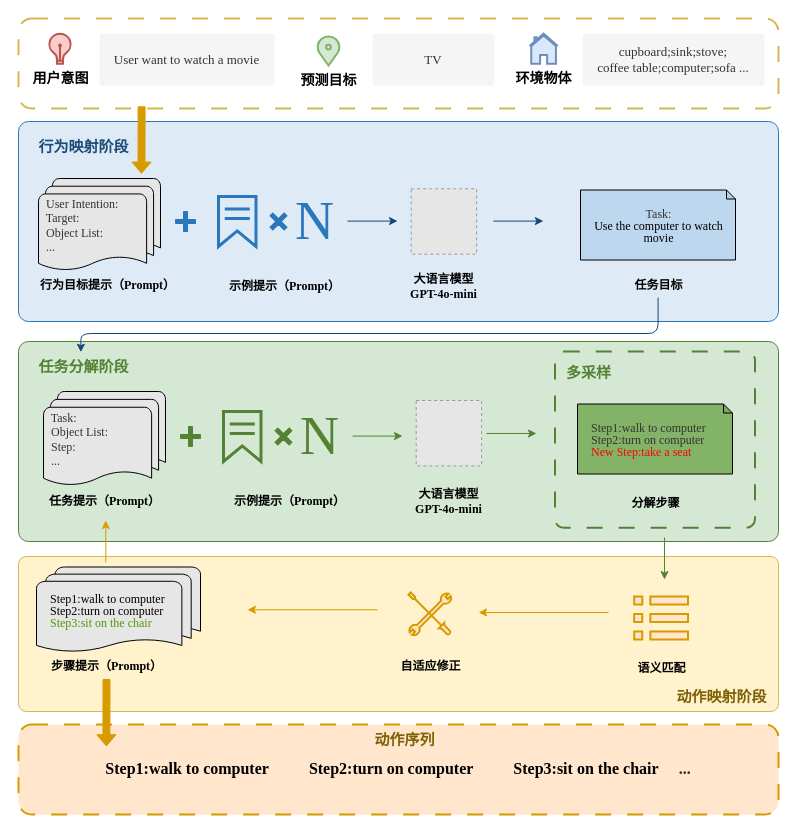
Rinco1018/project_test keeps this draw.io diagram as 多阶段转化的动作自适应方法.drawio. Above is the earlier version. Source tidied: cells renumbered, new cells numbered last; positions are measured from the earlier drawing's top-left corner, leaving out a move shared by most shapes. Both pictures are drawn from the tidied source at 100%, with x=0, y=0 at pixel (18, 18). Pictures stored in the file or linked from it are replaced by grey dashed boxes.
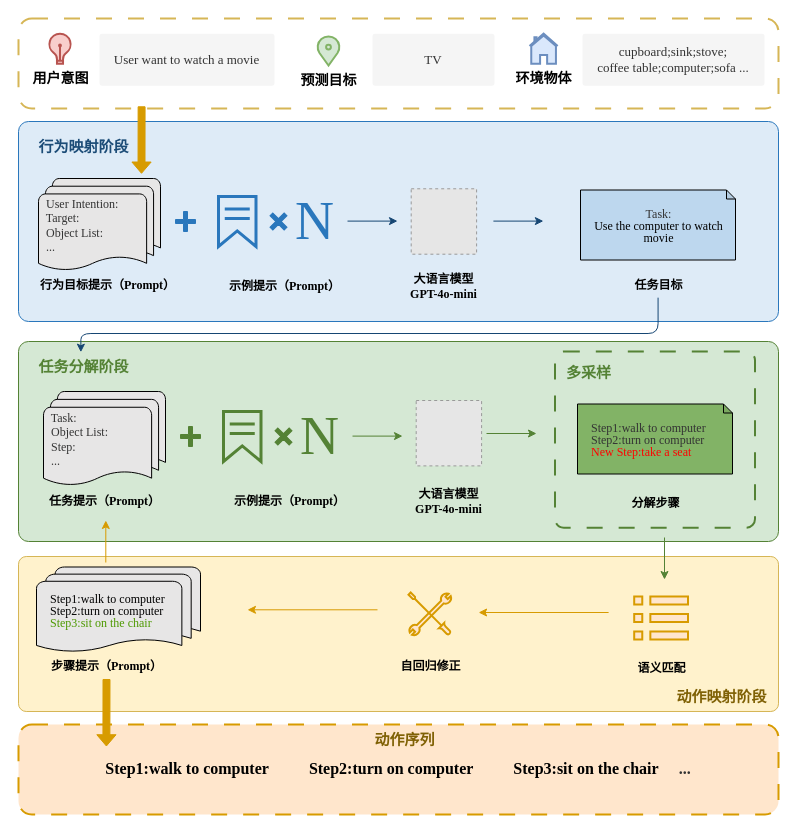
The same page after the edit.

Commit message:
更新多阶段转化的动作自适应方法.drawio

Change to the diagram source:
```diff
@@
-    <mxCell id="57" value="&lt;b&gt;自适应修正&lt;/b&gt;" style="text;html=1;align=center;verticalAlign=middle;strokeColor=none;fillColor=none;" parent="1" vertex="1">
+    <mxCell id="57" value="&lt;b&gt;自回归修正&lt;/b&gt;" style="text;html=1;align=center;verticalAlign=middle;strokeColor=none;fillColor=none;" parent="1" vertex="1">
       <mxGeometry x="372.5" y="634.5" width="78" height="26" as="geometry" />
     </mxCell>
```
